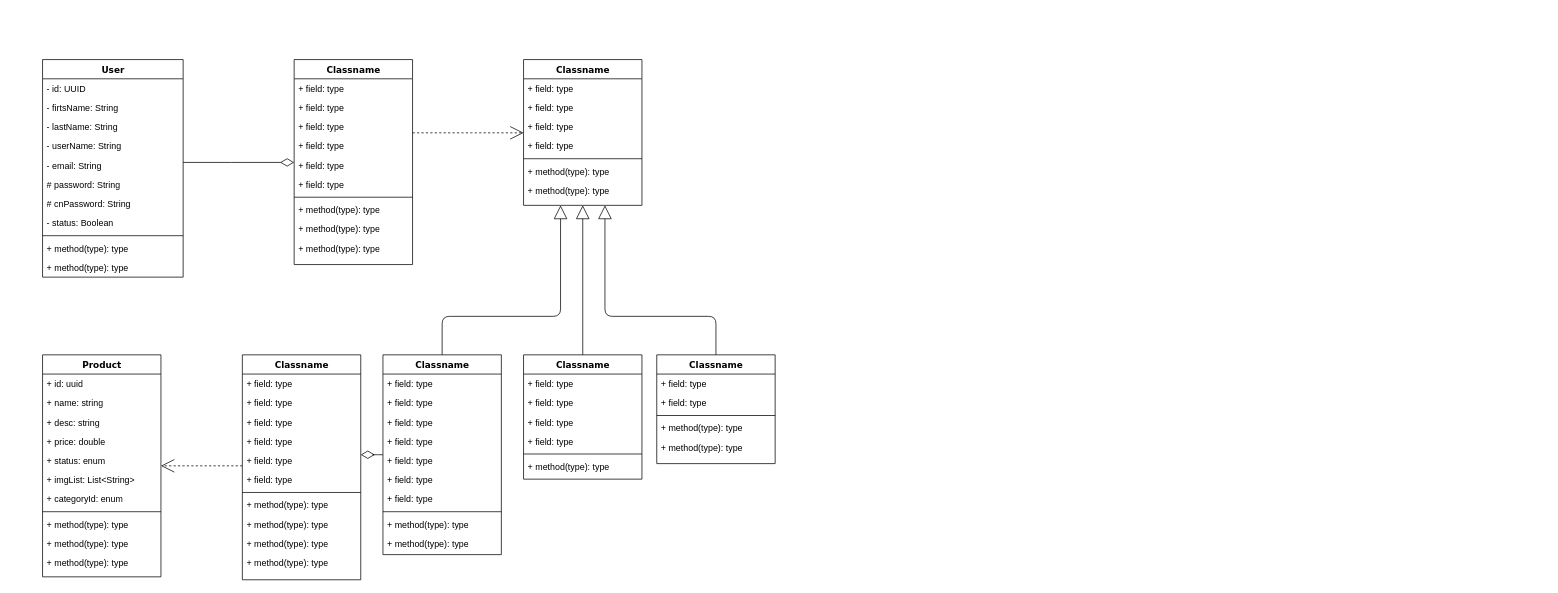
This is ecom.drawio from fardeenhsiddiqui/design-pattern, a draw.io file, before an edit. Source tidied: cells renumbered, new cells numbered last; positions are measured from the earlier drawing's top-left corner, leaving out a move shared by most shapes. Both pictures are drawn from the tidied source at 74%, with x=0, y=0 at pixel (42, 59).
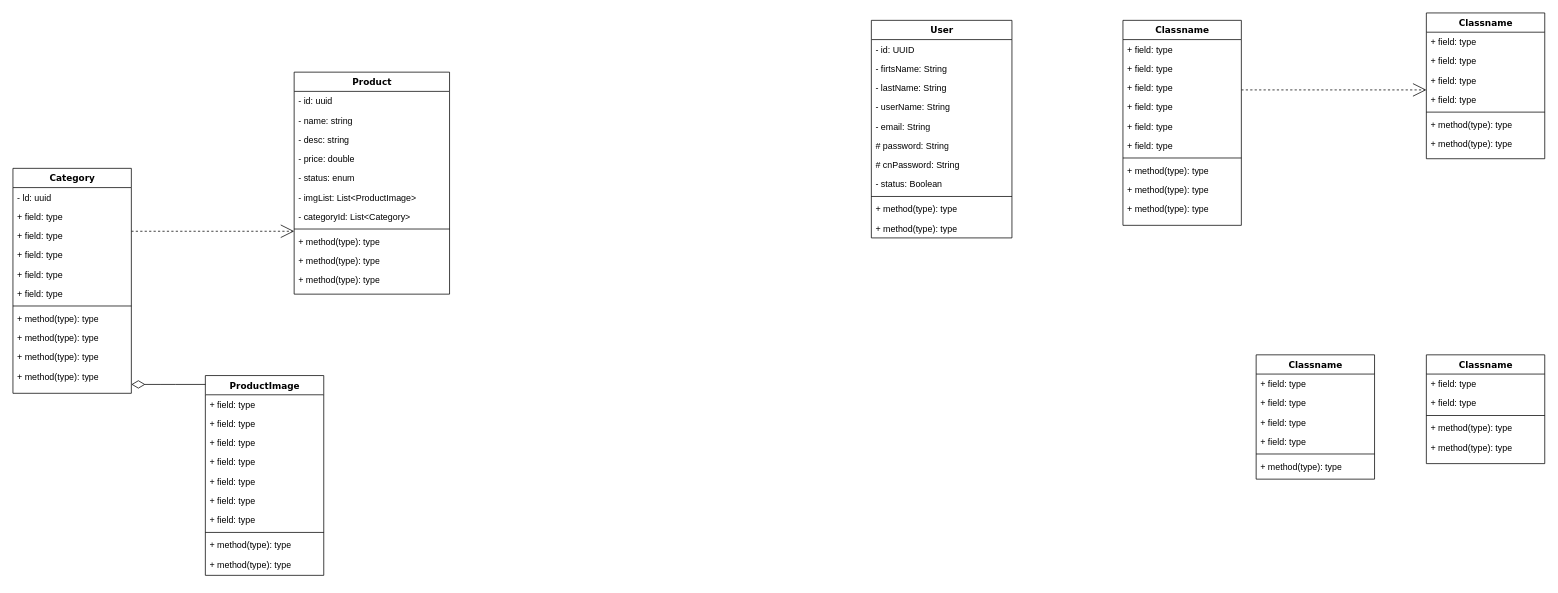
The same page after the edit.

Diff of the diagram source:
```diff
@@
     <mxCell id="2" value="User" style="swimlane;html=1;fontStyle=1;align=center;verticalAlign=top;horizontal=1;startSize=26;swimlaneFillColor=#ffffff;rounded=0;shadow=0;comic=0;labelBackgroundColor=none;strokeWidth=1;fillColor=none;fontFamily=Verdana;fontSize=12;" parent="1" vertex="1">
-      <mxGeometry width="190" height="294" as="geometry" />
+      <mxGeometry x="1120" y="-53" width="190" height="294" as="geometry" />
     </mxCell>
@@
     <mxCell id="15" value="Classname" style="swimlane;html=1;fontStyle=1;align=center;verticalAlign=top;horizontal=1;startSize=26;swimlaneFillColor=#ffffff;rounded=0;shadow=0;comic=0;labelBackgroundColor=none;strokeWidth=1;fillColor=none;fontFamily=Verdana;fontSize=12;" parent="1" vertex="1">
-      <mxGeometry x="340" width="160" height="277" as="geometry" />
+      <mxGeometry x="1460" y="-53" width="160" height="277" as="geometry" />
     </mxCell>
@@
     <mxCell id="26" value="Classname" style="swimlane;html=1;fontStyle=1;align=center;verticalAlign=top;horizontal=1;startSize=26;swimlaneFillColor=#ffffff;rounded=0;shadow=0;comic=0;labelBackgroundColor=none;strokeWidth=1;fillColor=none;fontFamily=Verdana;fontSize=12;" parent="1" vertex="1">
-      <mxGeometry x="650" width="160" height="197" as="geometry" />
+      <mxGeometry x="1870" y="-63" width="160" height="197" as="geometry" />
     </mxCell>
@@
     <mxCell id="35" value="Product" style="swimlane;html=1;fontStyle=1;align=center;verticalAlign=top;horizontal=1;startSize=26;swimlaneFillColor=#ffffff;rounded=0;shadow=0;comic=0;labelBackgroundColor=none;strokeWidth=1;fillColor=none;fontFamily=Verdana;fontSize=12;" parent="1" vertex="1">
-      <mxGeometry y="399" width="160" height="300" as="geometry" />
+      <mxGeometry x="340" y="17" width="210" height="300" as="geometry" />
     </mxCell>
-    <mxCell id="36" value="+ id: uuid" style="text;html=1;strokeColor=none;fillColor=none;align=left;verticalAlign=top;spacingLeft=4;spacingRight=4;whiteSpace=wrap;overflow=hidden;" parent="35" vertex="1">
-      <mxGeometry y="26" width="160" height="26" as="geometry" />
+    <mxCell id="36" value="- id: uuid" style="text;html=1;strokeColor=none;fillColor=none;align=left;verticalAlign=top;spacingLeft=4;spacingRight=4;whiteSpace=wrap;overflow=hidden;" parent="35" vertex="1">
+      <mxGeometry y="26" width="210" height="26" as="geometry" />
     </mxCell>
-    <mxCell id="37" value="+ name: string" style="text;html=1;strokeColor=none;fillColor=none;align=left;verticalAlign=top;spacingLeft=4;spacingRight=4;whiteSpace=wrap;overflow=hidden;" parent="35" vertex="1">
-      <mxGeometry y="52" width="160" height="26" as="geometry" />
+    <mxCell id="37" value="- name: string" style="text;html=1;strokeColor=none;fillColor=none;align=left;verticalAlign=top;spacingLeft=4;spacingRight=4;whiteSpace=wrap;overflow=hidden;" parent="35" vertex="1">
+      <mxGeometry y="52" width="210" height="26" as="geometry" />
     </mxCell>
-    <mxCell id="38" value="+ desc: string" style="text;html=1;strokeColor=none;fillColor=none;align=left;verticalAlign=top;spacingLeft=4;spacingRight=4;whiteSpace=wrap;overflow=hidden;" parent="35" vertex="1">
-      <mxGeometry y="78" width="160" height="26" as="geometry" />
+    <mxCell id="38" value="- desc: string" style="text;html=1;strokeColor=none;fillColor=none;align=left;verticalAlign=top;spacingLeft=4;spacingRight=4;whiteSpace=wrap;overflow=hidden;" parent="35" vertex="1">
+      <mxGeometry y="78" width="210" height="26" as="geometry" />
     </mxCell>
-    <mxCell id="39" value="+ price: double" style="text;html=1;strokeColor=none;fillColor=none;align=left;verticalAlign=top;spacingLeft=4;spacingRight=4;whiteSpace=wrap;overflow=hidden;" parent="35" vertex="1">
-      <mxGeometry y="104" width="160" height="26" as="geometry" />
+    <mxCell id="39" value="- price: double" style="text;html=1;strokeColor=none;fillColor=none;align=left;verticalAlign=top;spacingLeft=4;spacingRight=4;whiteSpace=wrap;overflow=hidden;" parent="35" vertex="1">
+      <mxGeometry y="104" width="210" height="26" as="geometry" />
     </mxCell>
-    <mxCell id="40" value="+ status: enum" style="text;html=1;strokeColor=none;fillColor=none;align=left;verticalAlign=top;spacingLeft=4;spacingRight=4;whiteSpace=wrap;overflow=hidden;" parent="35" vertex="1">
-      <mxGeometry y="130" width="160" height="26" as="geometry" />
+    <mxCell id="40" value="- status: enum" style="text;html=1;strokeColor=none;fillColor=none;align=left;verticalAlign=top;spacingLeft=4;spacingRight=4;whiteSpace=wrap;overflow=hidden;" parent="35" vertex="1">
+      <mxGeometry y="130" width="210" height="26" as="geometry" />
     </mxCell>
-    <mxCell id="41" value="+ imgList: List&amp;lt;String&amp;gt;" style="text;html=1;strokeColor=none;fillColor=none;align=left;verticalAlign=top;spacingLeft=4;spacingRight=4;whiteSpace=wrap;overflow=hidden;" parent="35" vertex="1">
-      <mxGeometry y="156" width="160" height="26" as="geometry" />
+    <mxCell id="41" value="- imgList: List&amp;lt;ProductImage&amp;gt;" style="text;html=1;strokeColor=none;fillColor=none;align=left;verticalAlign=top;spacingLeft=4;spacingRight=4;whiteSpace=wrap;overflow=hidden;" parent="35" vertex="1">
+      <mxGeometry y="156" width="210" height="26" as="geometry" />
     </mxCell>
-    <mxCell id="42" value="+ categoryId: enum" style="text;html=1;strokeColor=none;fillColor=none;align=left;verticalAlign=top;spacingLeft=4;spacingRight=4;whiteSpace=wrap;overflow=hidden;" parent="35" vertex="1">
-      <mxGeometry y="182" width="160" height="26" as="geometry" />
+    <mxCell id="42" value="- categoryId: List&amp;lt;Category&amp;gt;" style="text;html=1;strokeColor=none;fillColor=none;align=left;verticalAlign=top;spacingLeft=4;spacingRight=4;whiteSpace=wrap;overflow=hidden;" parent="35" vertex="1">
+      <mxGeometry y="182" width="210" height="26" as="geometry" />
     </mxCell>
     <mxCell id="43" style="line;html=1;strokeWidth=1;fillColor=none;align=left;verticalAlign=middle;spacingTop=-1;spacingLeft=3;spacingRight=3;labelPosition=right;" parent="35" vertex="1">
-      <mxGeometry y="208" width="160" height="8" as="geometry" />
+      <mxGeometry y="208" width="210" height="8" as="geometry" />
     </mxCell>
     <mxCell id="44" value="+ method(type): type" style="text;html=1;strokeColor=none;fillColor=none;align=left;verticalAlign=top;spacingLeft=4;spacingRight=4;whiteSpace=wrap;overflow=hidden;" parent="35" vertex="1">
-      <mxGeometry y="216" width="160" height="26" as="geometry" />
+      <mxGeometry y="216" width="210" height="26" as="geometry" />
     </mxCell>
     <mxCell id="45" value="+ method(type): type" style="text;html=1;strokeColor=none;fillColor=none;align=left;verticalAlign=top;spacingLeft=4;spacingRight=4;whiteSpace=wrap;overflow=hidden;" parent="35" vertex="1">
-      <mxGeometry y="242" width="160" height="26" as="geometry" />
+      <mxGeometry y="242" width="210" height="26" as="geometry" />
     </mxCell>
     <mxCell id="46" value="+ method(type): type" style="text;html=1;strokeColor=none;fillColor=none;align=left;verticalAlign=top;spacingLeft=4;spacingRight=4;whiteSpace=wrap;overflow=hidden;" parent="35" vertex="1">
-      <mxGeometry y="268" width="160" height="26" as="geometry" />
+      <mxGeometry y="268" width="210" height="26" as="geometry" />
     </mxCell>
@@
-    <mxCell id="48" value="Classname" style="swimlane;html=1;fontStyle=1;align=center;verticalAlign=top;horizontal=1;startSize=26;swimlaneFillColor=#ffffff;rounded=0;shadow=0;comic=0;labelBackgroundColor=none;strokeWidth=1;fillColor=none;fontFamily=Verdana;fontSize=12;" parent="1" vertex="1">
-      <mxGeometry x="270" y="399" width="160" height="304" as="geometry" />
+    <mxCell id="48" value="Category" style="swimlane;html=1;fontStyle=1;align=center;verticalAlign=top;horizontal=1;startSize=26;swimlaneFillColor=#ffffff;rounded=0;shadow=0;comic=0;labelBackgroundColor=none;strokeWidth=1;fillColor=none;fontFamily=Verdana;fontSize=12;" parent="1" vertex="1">
+      <mxGeometry x="-40" y="147" width="160" height="304" as="geometry" />
     </mxCell>
-    <mxCell id="49" value="+ field: type" style="text;html=1;strokeColor=none;fillColor=none;align=left;verticalAlign=top;spacingLeft=4;spacingRight=4;whiteSpace=wrap;overflow=hidden;" parent="48" vertex="1">
+    <mxCell id="49" value="- ld: uuid" style="text;html=1;strokeColor=none;fillColor=none;align=left;verticalAlign=top;spacingLeft=4;spacingRight=4;whiteSpace=wrap;overflow=hidden;" parent="48" vertex="1">
       <mxGeometry y="26" width="160" height="26" as="geometry" />
     </mxCell>
@@
-    <mxCell id="60" style="edgeStyle=orthogonalEdgeStyle;html=1;labelBackgroundColor=none;startFill=0;startSize=8;endArrow=block;endFill=0;endSize=16;fontFamily=Verdana;fontSize=12;" parent="1" edge="1" source="61" target="26">
-      <mxGeometry relative="1" as="geometry">
-        <Array as="points">
-          <mxPoint x="540" y="347" />
-          <mxPoint x="700" y="347" />
-        </Array>
-      </mxGeometry>
-    </mxCell>
-    <mxCell id="61" value="Classname" style="swimlane;html=1;fontStyle=1;align=center;verticalAlign=top;horizontal=1;startSize=26;swimlaneFillColor=#ffffff;rounded=0;shadow=0;comic=0;labelBackgroundColor=none;strokeWidth=1;fillColor=none;fontFamily=Verdana;fontSize=12;" parent="1" vertex="1">
-      <mxGeometry x="460" y="399" width="160" height="270" as="geometry" />
+    <mxCell id="61" value="ProductImage" style="swimlane;html=1;fontStyle=1;align=center;verticalAlign=top;horizontal=1;startSize=26;swimlaneFillColor=#ffffff;rounded=0;shadow=0;comic=0;labelBackgroundColor=none;strokeWidth=1;fillColor=none;fontFamily=Verdana;fontSize=12;" parent="1" vertex="1">
+      <mxGeometry x="220" y="427" width="160" height="270" as="geometry" />
     </mxCell>
@@
-    <mxCell id="72" style="edgeStyle=orthogonalEdgeStyle;html=1;labelBackgroundColor=none;startFill=0;startSize=8;endArrow=block;endFill=0;endSize=16;fontFamily=Verdana;fontSize=12;" parent="1" edge="1" source="73" target="26">
-      <mxGeometry relative="1" as="geometry" />
-    </mxCell>
     <mxCell id="73" value="Classname" style="swimlane;html=1;fontStyle=1;align=center;verticalAlign=top;horizontal=1;startSize=26;swimlaneFillColor=#ffffff;rounded=0;shadow=0;comic=0;labelBackgroundColor=none;strokeWidth=1;fillColor=none;fontFamily=Verdana;fontSize=12;" parent="1" vertex="1">
-      <mxGeometry x="650" y="399" width="160" height="168" as="geometry" />
+      <mxGeometry x="1640" y="399" width="160" height="168" as="geometry" />
     </mxCell>
@@
-    <mxCell id="80" style="edgeStyle=orthogonalEdgeStyle;html=1;labelBackgroundColor=none;startFill=0;startSize=8;endArrow=block;endFill=0;endSize=16;fontFamily=Verdana;fontSize=12;" parent="1" edge="1" source="81" target="26">
-      <mxGeometry relative="1" as="geometry">
-        <Array as="points">
-          <mxPoint x="910" y="347" />
-          <mxPoint x="760" y="347" />
-        </Array>
-      </mxGeometry>
-    </mxCell>
     <mxCell id="81" value="Classname" style="swimlane;html=1;fontStyle=1;align=center;verticalAlign=top;horizontal=1;startSize=26;swimlaneFillColor=#ffffff;rounded=0;shadow=0;comic=0;labelBackgroundColor=none;strokeWidth=1;fillColor=none;fontFamily=Verdana;fontSize=12;" parent="1" vertex="1">
-      <mxGeometry x="830" y="399" width="160" height="147" as="geometry" />
+      <mxGeometry x="1870" y="399" width="160" height="147" as="geometry" />
     </mxCell>
@@
-    <mxCell id="87" style="edgeStyle=elbowEdgeStyle;html=1;labelBackgroundColor=none;startFill=0;startSize=8;endArrow=diamondThin;endFill=0;endSize=16;fontFamily=Verdana;fontSize=12;elbow=vertical;" parent="1" edge="1" source="2" target="15">
-      <mxGeometry relative="1" as="geometry" />
-    </mxCell>
```
